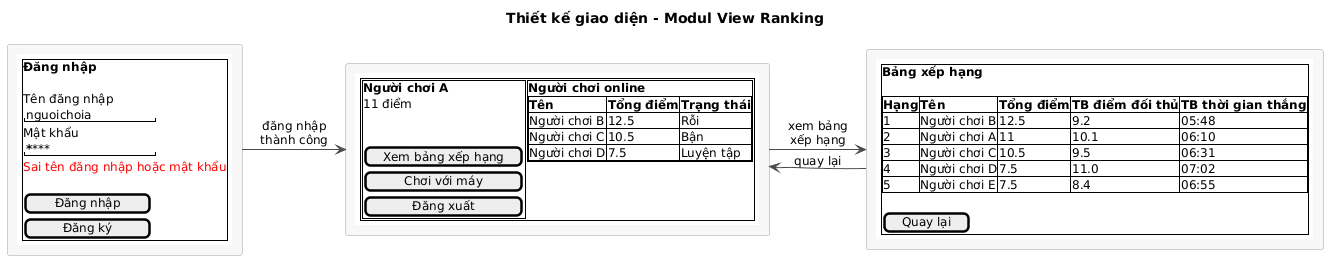
This is docs/uml/pha3/ui-m2.png from VattenL/mobile-pikachu, a PlantUML export, as it was before one commit.
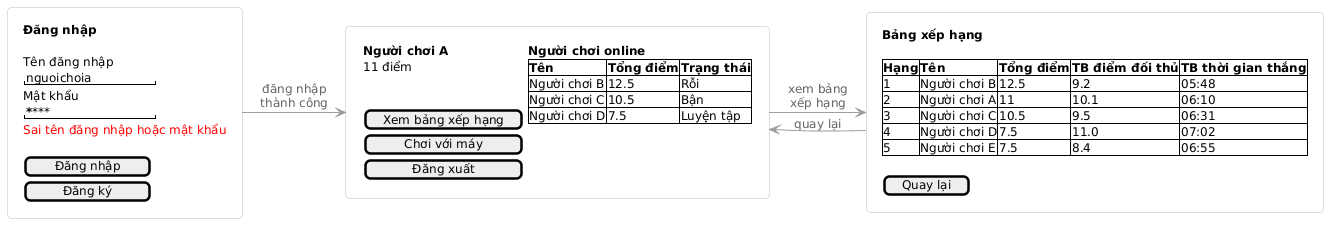
Later version of the same file.

What changed in the source:
```diff
@@ -1,17 +1,18 @@
 @startuml
-title Thiết kế giao diện - Modul View Ranking
-
 skinparam shadowing false
 skinparam defaultFontSize 12
-skinparam ArrowColor #4A4A4A
+skinparam defaultFontColor #333333
+skinparam ArrowColor #9E9E9E
+skinparam ArrowFontColor #616161
 skinparam rectangle {
-  BackgroundColor #F7F7F7
-  BorderColor #9E9E9E
+  BackgroundColor #FFFFFF
+  BorderColor #BDBDBD
+  RoundCorner 8
 }
 
 rectangle Login [
 {{salt
-{+
+{
   <b>Đăng nhập
   .
   Tên đăng nhập
@@ -28,8 +29,8 @@
 
 rectangle Main [
 {{salt
-{+
-  { {+
+{
+  { {
       <b>Người chơi A
       11 điểm
       .
@@ -37,7 +38,7 @@
       [ Xem bảng xếp hạng ]
       [   Chơi với máy    ]
       [     Đăng xuất     ]
-    } | {+
+    } | {
       <b>Người chơi online
       {#
         <b>Tên | <b>Tổng điểm | <b>Trạng thái
@@ -52,7 +53,7 @@
 
 rectangle Ranking [
 {{salt
-{+
+{
   <b>Bảng xếp hạng
   .
   {#
```
